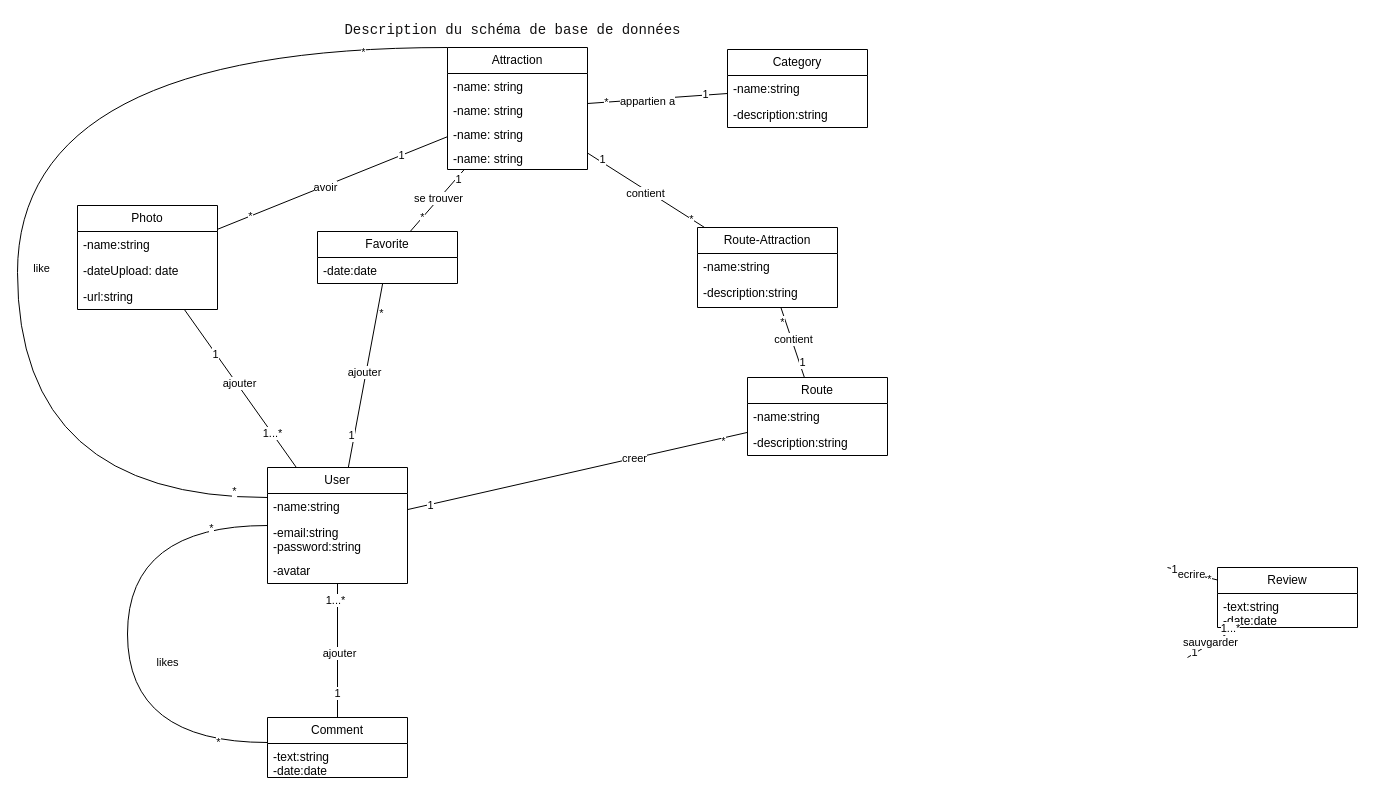
Before: doc-projet-symfony/Base de donee.drawio in Yuliiasergiivna/ProjetFinal-Yuliia, a draw.io diagram. Source tidied: cells renumbered, new cells numbered last; positions are measured from the earlier drawing's top-left corner, leaving out a move shared by most shapes. Both pictures are drawn from the tidied source at 100%, with x=0, y=0 at pixel (17, 17).
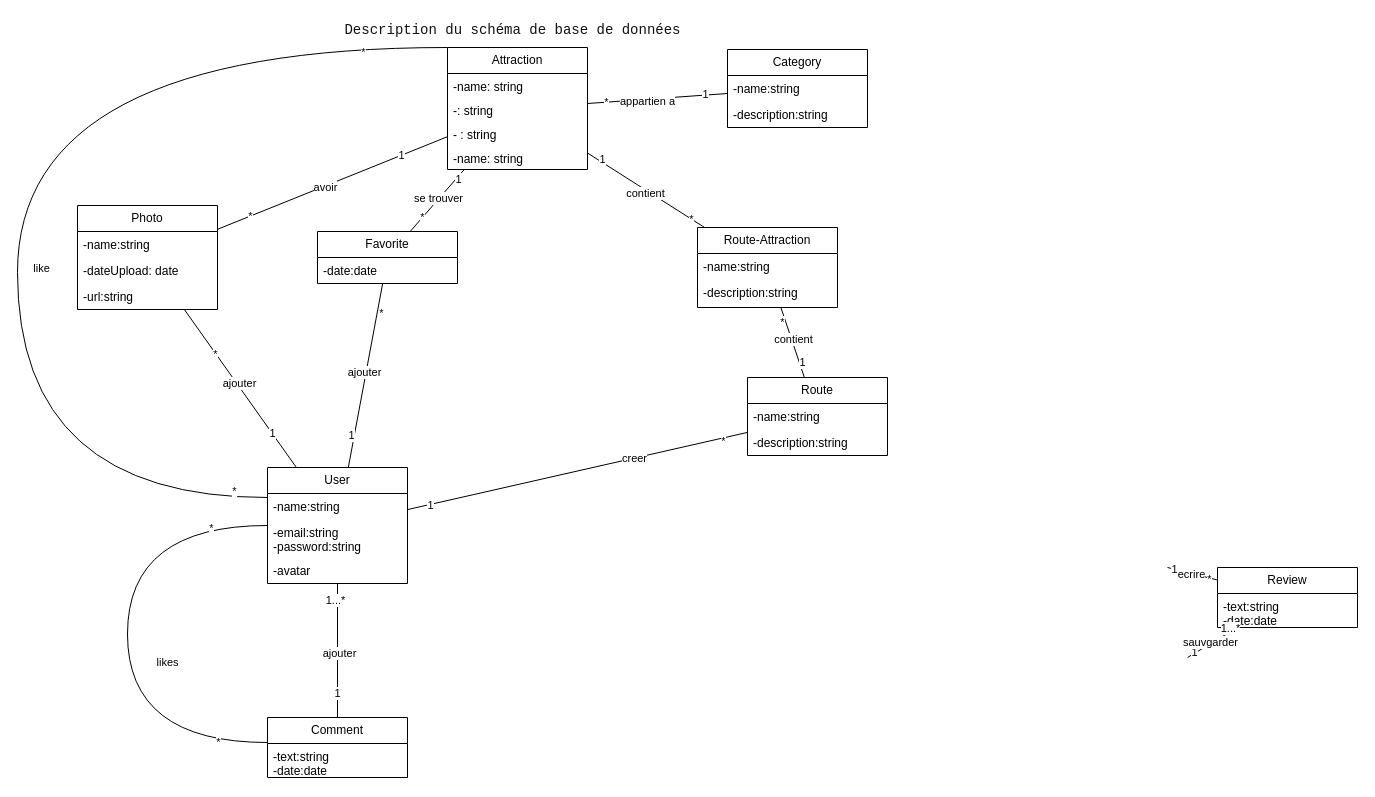
The same diagram, later.

The change refers to these unchanged cells:
```xml
<mxCell id="2" value="Attraction" style="swimlane;fontStyle=0;horizontal=1;startSize=26;fillColor=none;whiteSpace=wrap;html=1;" parent="1" vertex="1">
  <mxGeometry x="430" y="30" width="140" height="122" as="geometry" />
</mxCell>
<mxCell id="20" style="endArrow=none;endFill=0;endSize=24;html=1;rounded=0;" parent="1" edge="1" source="8" target="16">
  <mxGeometry relative="1" as="geometry" />
</mxCell>
```

What changed in the source:
```diff
@@
-    <mxCell id="4" value="-name: string" style="text;strokeColor=none;fillColor=none;align=left;verticalAlign=top;spacingLeft=4;spacingRight=4;overflow=hidden;whiteSpace=wrap;html=1;" parent="2" vertex="1">
+    <mxCell id="4" value="-: string" style="text;strokeColor=none;fillColor=none;align=left;verticalAlign=top;spacingLeft=4;spacingRight=4;overflow=hidden;whiteSpace=wrap;html=1;" parent="2" vertex="1">
       <mxGeometry y="50" width="140" height="24" as="geometry" />
     </mxCell>
-    <mxCell id="5" value="-name: string" style="text;strokeColor=none;fillColor=none;align=left;verticalAlign=top;spacingLeft=4;spacingRight=4;overflow=hidden;whiteSpace=wrap;html=1;" parent="2" vertex="1">
+    <mxCell id="5" value="- : string" style="text;strokeColor=none;fillColor=none;align=left;verticalAlign=top;spacingLeft=4;spacingRight=4;overflow=hidden;whiteSpace=wrap;html=1;" parent="2" vertex="1">
       <mxGeometry y="74" width="140" height="24" as="geometry" />
     </mxCell>
@@
-    <mxCell id="21" value="1" style="edgeLabel;html=1;align=center;verticalAlign=middle;" parent="20" vertex="1">
+    <mxCell id="21" value="*" style="edgeLabel;html=1;align=center;verticalAlign=middle;" parent="20" vertex="1">
       <mxGeometry x="-0.43" relative="1" as="geometry">
         <mxPoint x="-1" as="offset" />
       </mxGeometry>
     </mxCell>
-    <mxCell id="22" value="1...*" style="edgeLabel;html=1;align=center;verticalAlign=middle;" parent="20" vertex="1">
+    <mxCell id="22" value="1" style="edgeLabel;html=1;align=center;verticalAlign=middle;" parent="20" vertex="1">
       <mxGeometry x="0.56" relative="1" as="geometry" />
     </mxCell>
```
